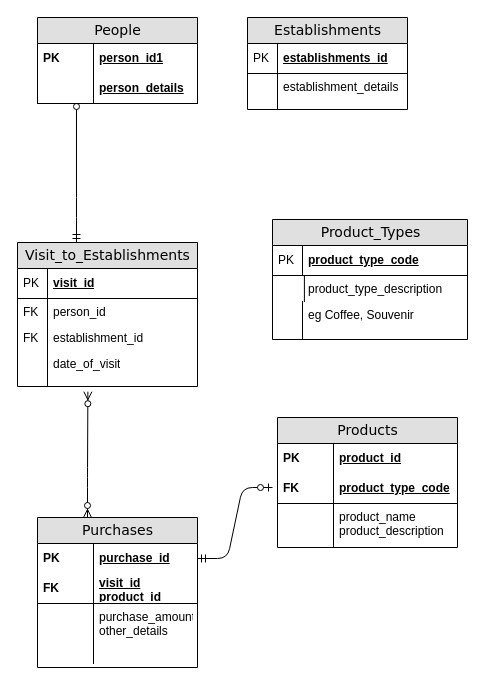
Before: Qatar.drawio in Nicholekm/DataModeling, a draw.io diagram. Source tidied: cells renumbered, new cells numbered last; positions are measured from the earlier drawing's top-left corner, leaving out a move shared by most shapes. Both pictures are drawn from the tidied source at 100%, with x=0, y=0 at pixel (17, 17).
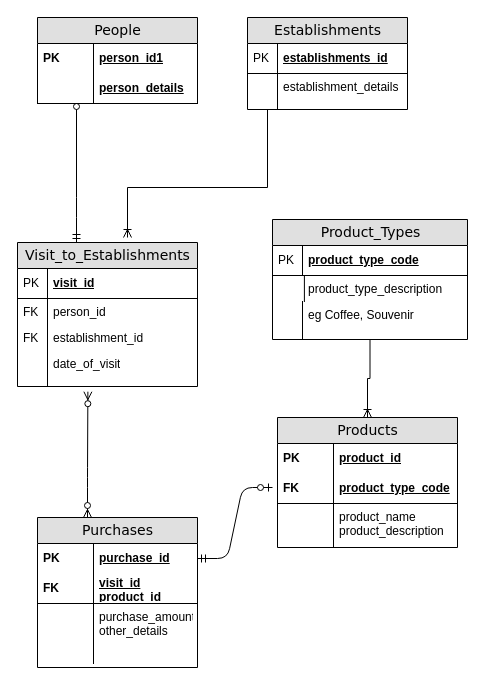
The same page after the edit.

Unchanged cells that the change refers to:
```xml
<mxCell id="12" style="shape=partialRectangle;top=0;left=0;right=0;bottom=0;html=1;align=left;verticalAlign=top;fillColor=none;spacingLeft=34;spacingRight=4;whiteSpace=wrap;overflow=hidden;points=[[0,0.5],[1,0.5]];portConstraint=eastwest;" parent="7" vertex="1">
  <mxGeometry y="82" width="160" height="10" as="geometry" />
</mxCell>
<mxCell id="14" value="Product_Types" style="swimlane;html=1;fontStyle=0;horizontal=1;startSize=26;fillColor=#e0e0e0;swimlaneFillColor=#ffffff;align=center;rounded=0;shadow=0;comic=0;labelBackgroundColor=none;strokeWidth=1;fontFamily=Verdana;fontSize=14;" parent="1" vertex="1">
  <mxGeometry x="255" y="202" width="195" height="120" as="geometry" />
</mxCell>
<mxCell id="25" value="Products" style="swimlane;html=1;fontStyle=0;horizontal=1;startSize=26;fillColor=#e0e0e0;swimlaneFillColor=#ffffff;align=center;rounded=0;shadow=0;comic=0;labelBackgroundColor=none;strokeWidth=1;fontFamily=Verdana;fontSize=14;" parent="1" vertex="1">
  <mxGeometry x="260" y="400" width="180" height="130" as="geometry" />
</mxCell>
```

Diff of the diagram source:
```diff
@@
+    <mxCell id="53" style="edgeStyle=orthogonalEdgeStyle;rounded=0;jettySize=auto;html=1;entryX=0.5;entryY=0;entryDx=0;entryDy=0;endArrow=ERoneToMany;endFill=0;" parent="1" edge="1" source="14" target="25">
+      <mxGeometry relative="1" as="geometry">
+        <Array as="points">
+          <mxPoint x="353" y="361" />
+          <mxPoint x="350" y="361" />
+        </Array>
+      </mxGeometry>
+    </mxCell>
@@
+    <mxCell id="54" style="edgeStyle=orthogonalEdgeStyle;rounded=0;jettySize=auto;html=1;endArrow=ERoneToMany;endFill=0;" parent="1" edge="1" source="12">
+      <mxGeometry relative="1" as="geometry">
+        <mxPoint x="110" y="220" as="targetPoint" />
+        <Array as="points">
+          <mxPoint x="250" y="170" />
+          <mxPoint x="110" y="170" />
+        </Array>
+      </mxGeometry>
+    </mxCell>
```
